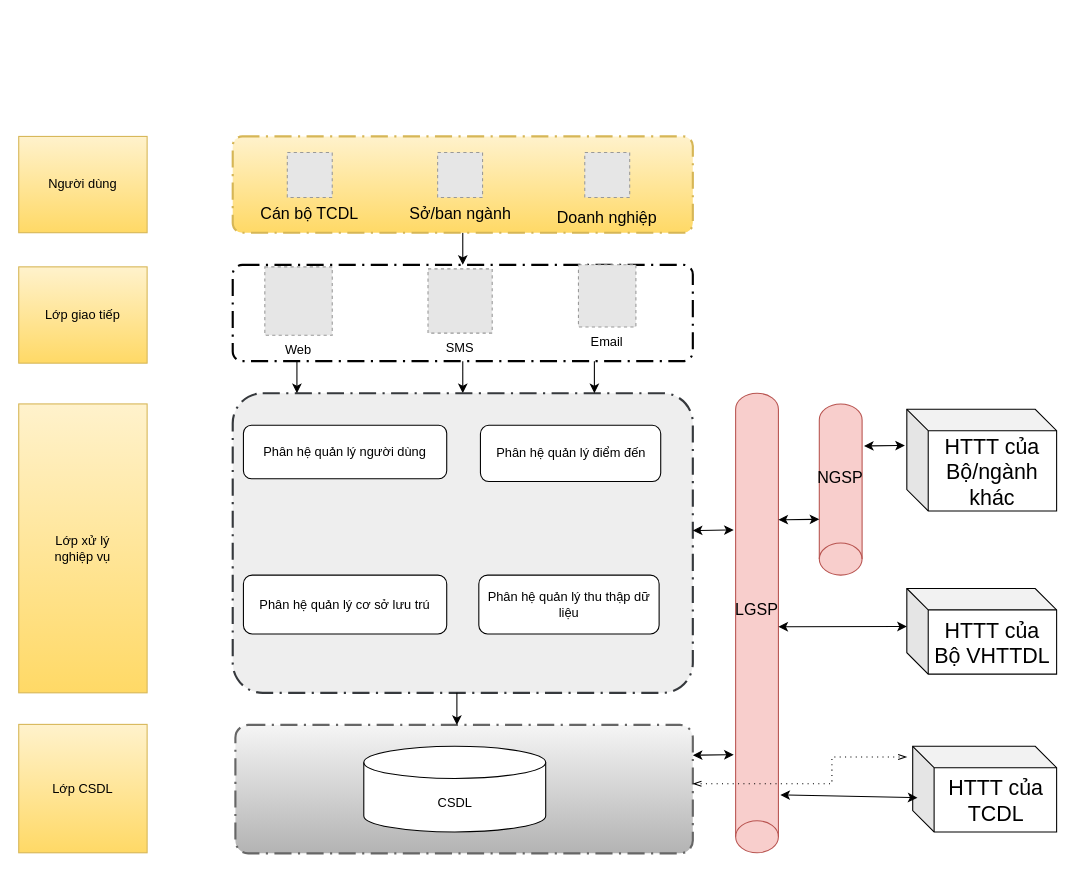
The draw.io diagram page "DU_LIEU_CHUYEN_NGANH" (3 of 5) of tcdl.drawio in letheanh12345/Draw-io, before the edit. Source tidied: cells renumbered, new cells numbered last; positions are measured from the earlier drawing's top-left corner, leaving out a move shared by most shapes. Both pictures are drawn from the tidied source at 107%, with x=0, y=0 at pixel (18, 136). Pictures stored in the file or linked from it are replaced by grey dashed boxes.
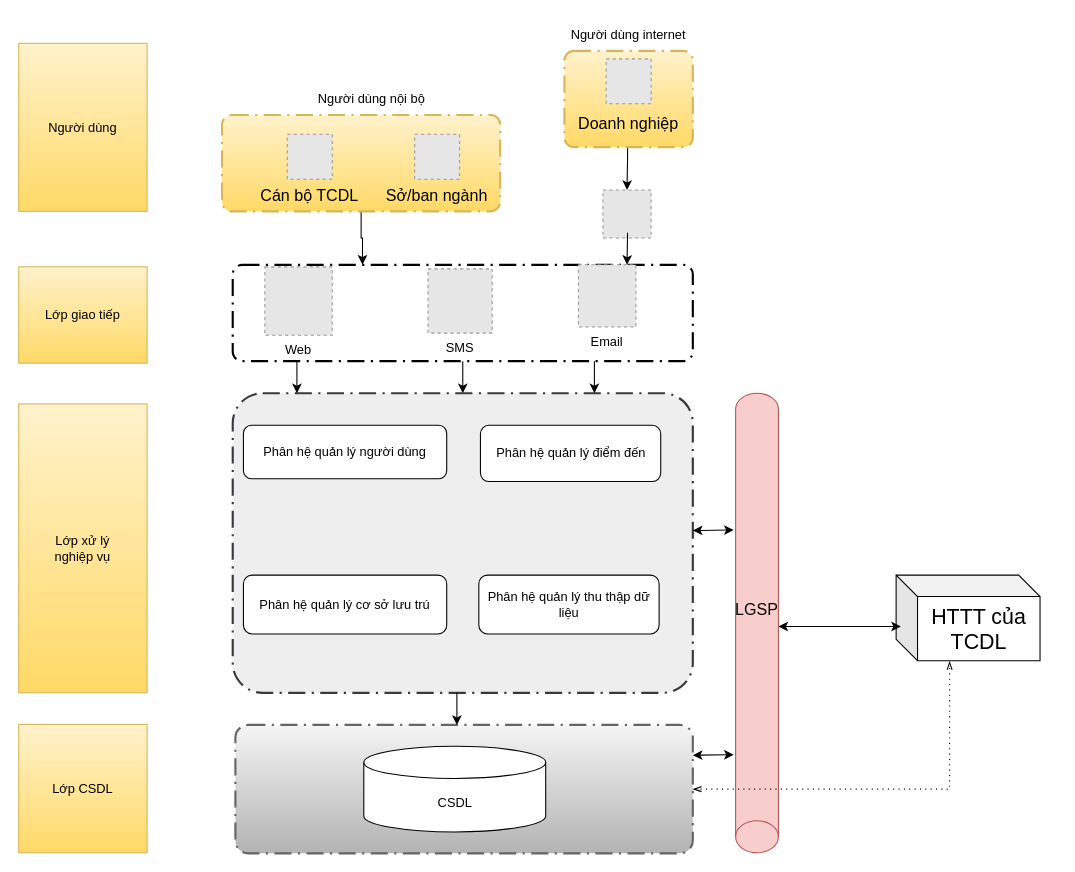
The same diagram, later.

The change refers to these unchanged cells:
```xml
<mxCell id="3" style="points=[[0.25,0,0],[0.5,0,0],[0.75,0,0],[1,0.25,0],[1,0.5,0],[1,0.75,0],[0.75,1,0],[0.5,1,0],[0.25,1,0],[0,0.75,0],[0,0.5,0],[0,0.25,0]];rounded=1;arcSize=10;dashed=1;strokeColor=#000000;fillColor=none;gradientColor=none;dashPattern=8 3 1 3;strokeWidth=2;fontStyle=1;fontSize=20;" parent="1" vertex="1">
  <mxGeometry x="200" y="120" width="430" height="90" as="geometry" />
</mxCell>
<mxCell id="15" style="points=[[0.25,0,0],[0.5,0,0],[0.75,0,0],[1,0.25,0],[1,0.5,0],[1,0.75,0],[0.75,1,0],[0.5,1,0],[0.25,1,0],[0,0.75,0],[0,0.5,0],[0,0.25,0]];rounded=1;arcSize=10;dashed=1;strokeColor=#666666;fillColor=#f5f5f5;gradientColor=#b3b3b3;dashPattern=8 3 1 3;strokeWidth=2;fontStyle=1;fontSize=20;" parent="1" vertex="1">
  <mxGeometry x="202.5" y="550" width="427.5" height="120" as="geometry" />
</mxCell>
<mxCell id="29" value="&lt;font style=&quot;font-size: 15px;&quot;&gt;LGSP&lt;/font&gt;" style="shape=cylinder3;whiteSpace=wrap;html=1;boundedLbl=1;backgroundOutline=1;size=15;direction=west;fillColor=#f8cecc;strokeColor=#b85450;" parent="1" vertex="1">
  <mxGeometry x="670" y="240" width="40" height="429.5" as="geometry" />
</mxCell>
```

Change to the diagram source:
```diff
@@
-    <mxCell id="7" style="edgeStyle=orthogonalEdgeStyle;rounded=0;jettySize=auto;html=1;entryX=0.5;entryY=0;entryDx=0;entryDy=0;entryPerimeter=0;" parent="1" edge="1" source="8" target="3">
+    <mxCell id="7" style="edgeStyle=orthogonalEdgeStyle;rounded=0;jettySize=auto;html=1;entryX=0.282;entryY=-0.002;entryDx=0;entryDy=0;entryPerimeter=0;" parent="1" edge="1" source="8" target="3">
       <mxGeometry relative="1" as="geometry" />
     </mxCell>
     <mxCell id="8" style="points=[[0.25,0,0],[0.5,0,0],[0.75,0,0],[1,0.25,0],[1,0.5,0],[1,0.75,0],[0.75,1,0],[0.5,1,0],[0.25,1,0],[0,0.75,0],[0,0.5,0],[0,0.25,0]];rounded=1;arcSize=10;dashed=1;strokeColor=#d6b656;fillColor=#fff2cc;dashPattern=8 3 1 3;strokeWidth=2;fontStyle=1;fontSize=20;gradientColor=#ffd966;" parent="1" vertex="1">
-      <mxGeometry x="200" width="430" height="90" as="geometry" />
+      <mxGeometry x="190" y="-20" width="260" height="90" as="geometry" />
     </mxCell>
     <mxCell id="9" style="fillColor=#E6E6E6;strokeColor=#999999;dashed=1;verticalLabelPosition=bottom;labelBackgroundColor=default;verticalAlign=top;" parent="1" vertex="1">
-      <mxGeometry x="251" y="15" width="42" height="42" as="geometry" />
+      <mxGeometry x="251" y="-2" width="42" height="42" as="geometry" />
     </mxCell>
@@
     <mxCell id="17" value="Người dùng" style="rounded=0;whiteSpace=wrap;html=1;fillColor=#fff2cc;gradientColor=#ffd966;strokeColor=#d6b656;" parent="1" vertex="1">
-      <mxGeometry width="120" height="90" as="geometry" />
+      <mxGeometry y="-87" width="120" height="157" as="geometry" />
     </mxCell>
@@
-    <mxCell id="23" style="fillColor=#E6E6E6;strokeColor=#999999;dashed=1;verticalLabelPosition=bottom;labelBackgroundColor=default;verticalAlign=top;" parent="1" vertex="1">
-      <mxGeometry x="529" y="15" width="42" height="42" as="geometry" />
-    </mxCell>
     <mxCell id="24" style="fillColor=#E6E6E6;strokeColor=#999999;dashed=1;verticalLabelPosition=bottom;labelBackgroundColor=default;verticalAlign=top;" parent="1" vertex="1">
-      <mxGeometry x="391.5" y="15" width="42" height="42" as="geometry" />
+      <mxGeometry x="370" y="-2" width="42" height="42" as="geometry" />
     </mxCell>
@@
     <mxCell id="26" value="Cán bộ TCDL" style="text;html=1;strokeColor=none;fillColor=none;align=center;verticalAlign=middle;whiteSpace=wrap;rounded=0;fontSize=15;" parent="1" vertex="1">
-      <mxGeometry x="222" y="57" width="100" height="30" as="geometry" />
+      <mxGeometry x="222" y="40" width="100" height="30" as="geometry" />
     </mxCell>
     <mxCell id="27" value="Sở/ban ngành" style="text;html=1;strokeColor=none;fillColor=none;align=center;verticalAlign=middle;whiteSpace=wrap;rounded=0;fontSize=15;" parent="1" vertex="1">
-      <mxGeometry x="362.5" y="57" width="100" height="30" as="geometry" />
+      <mxGeometry x="341" y="40" width="100" height="30" as="geometry" />
     </mxCell>
-    <mxCell id="28" value="Doanh nghiệp" style="text;html=1;strokeColor=none;fillColor=none;align=center;verticalAlign=middle;whiteSpace=wrap;rounded=0;fontSize=15;" parent="1" vertex="1">
-      <mxGeometry x="500" y="60" width="100" height="30" as="geometry" />
-    </mxCell>
@@
     <mxCell id="30" value="HTTT của TCDL" style="shape=cube;whiteSpace=wrap;html=1;boundedLbl=1;backgroundOutline=1;darkOpacity=0.05;darkOpacity2=0.1;fontSize=20;" parent="1" vertex="1">
-      <mxGeometry x="835.5" y="570" width="134.5" height="80" as="geometry" />
+      <mxGeometry x="820" y="410" width="134.5" height="80" as="geometry" />
     </mxCell>
-    <mxCell id="31" value="HTTT của Bộ VHTTDL" style="shape=cube;whiteSpace=wrap;html=1;boundedLbl=1;backgroundOutline=1;darkOpacity=0.05;darkOpacity2=0.1;fontSize=20;" parent="1" vertex="1">
-      <mxGeometry x="830" y="422.5" width="140" height="80" as="geometry" />
-    </mxCell>
-    <mxCell id="32" value="HTTT của Bộ/ngành khác" style="shape=cube;whiteSpace=wrap;html=1;boundedLbl=1;backgroundOutline=1;darkOpacity=0.05;darkOpacity2=0.1;fontSize=20;" parent="1" vertex="1">
-      <mxGeometry x="830" y="255" width="140" height="95" as="geometry" />
-    </mxCell>
-    <mxCell id="33" value="&lt;font style=&quot;font-size: 15px;&quot;&gt;NGSP&lt;/font&gt;" style="shape=cylinder3;whiteSpace=wrap;html=1;boundedLbl=1;backgroundOutline=1;size=15;direction=west;fillColor=#f8cecc;strokeColor=#b85450;" parent="1" vertex="1">
-      <mxGeometry x="748.2" y="250" width="40" height="160" as="geometry" />
-    </mxCell>
-    <mxCell id="34" style="endArrow=classic;startArrow=classic;html=1;rounded=0;fontSize=20;exitX=-0.046;exitY=0.204;exitDx=0;exitDy=0;exitPerimeter=0;entryX=1;entryY=0.5;entryDx=0;entryDy=0;entryPerimeter=0;" parent="1" edge="1">
-      <mxGeometry relative="1" as="geometry">
-        <mxPoint x="710" y="358.3" as="sourcePoint" />
-        <mxPoint x="748.2" y="357.8" as="targetPoint" />
-      </mxGeometry>
-    </mxCell>
-    <mxCell id="35" style="endArrow=classic;startArrow=classic;html=1;rounded=0;fontSize=20;exitX=-0.046;exitY=0.204;exitDx=0;exitDy=0;exitPerimeter=0;entryX=1;entryY=0.5;entryDx=0;entryDy=0;entryPerimeter=0;" parent="1" edge="1">
-      <mxGeometry relative="1" as="geometry">
-        <mxPoint x="790" y="289.3" as="sourcePoint" />
-        <mxPoint x="828.2" y="288.8" as="targetPoint" />
-      </mxGeometry>
-    </mxCell>
-    <mxCell id="36" style="endArrow=classic;startArrow=classic;html=1;rounded=0;fontSize=20;exitX=-0.046;exitY=0.204;exitDx=0;exitDy=0;exitPerimeter=0;" parent="1" edge="1">
-      <mxGeometry relative="1" as="geometry">
-        <mxPoint x="710" y="458.3" as="sourcePoint" />
-        <mxPoint x="830" y="458" as="targetPoint" />
-      </mxGeometry>
-    </mxCell>
-    <mxCell id="37" style="endArrow=classic;startArrow=classic;html=1;rounded=0;fontSize=20;exitX=-0.046;exitY=0.126;exitDx=0;exitDy=0;exitPerimeter=0;entryX=0.033;entryY=0.6;entryDx=0;entryDy=0;entryPerimeter=0;" parent="1" edge="1" source="29" target="30">
-      <mxGeometry relative="1" as="geometry" />
+    <mxCell id="37" style="endArrow=classic;startArrow=classic;html=1;rounded=0;fontSize=20;entryX=0.033;entryY=0.6;entryDx=0;entryDy=0;entryPerimeter=0;" parent="1" edge="1" target="30">
+      <mxGeometry relative="1" as="geometry">
+        <mxPoint x="710" y="458" as="sourcePoint" />
+      </mxGeometry>
     </mxCell>
-    <mxCell id="38" style="edgeStyle=elbowEdgeStyle;fontSize=12;html=1;endFill=0;startFill=0;endSize=6;startSize=6;dashed=1;dashPattern=1 4;endArrow=openThin;startArrow=openThin;rounded=0;exitX=1;exitY=0.5;exitDx=0;exitDy=0;exitPerimeter=0;" parent="1" edge="1">
+    <mxCell id="38" style="edgeStyle=elbowEdgeStyle;fontSize=12;html=1;endFill=0;startFill=0;endSize=6;startSize=6;dashed=1;dashPattern=1 4;endArrow=openThin;startArrow=openThin;rounded=0;exitX=1;exitY=0.5;exitDx=0;exitDy=0;exitPerimeter=0;entryX=0.372;entryY=1.006;entryDx=0;entryDy=0;entryPerimeter=0;" parent="1" edge="1" source="15" target="30">
       <mxGeometry relative="1" as="geometry">
-        <mxPoint x="630" y="605" as="sourcePoint" />
-        <mxPoint x="830" y="580" as="targetPoint" />
         <Array as="points">
-          <mxPoint x="760" y="590" />
-          <mxPoint x="658" y="880" />
+          <mxPoint x="870" y="650" />
+          <mxPoint x="870" y="610" />
+          <mxPoint x="875" y="540" />
+          <mxPoint x="755" y="580" />
+          <mxPoint x="653" y="870" />
         </Array>
       </mxGeometry>
     </mxCell>
@@
+    <mxCell id="41" value="Người dùng nội bộ" style="text;html=1;strokeColor=none;fillColor=none;align=center;verticalAlign=middle;whiteSpace=wrap;rounded=0;" parent="1" vertex="1">
+      <mxGeometry x="240" y="-50" width="180" height="30" as="geometry" />
+    </mxCell>
+    <mxCell id="42" value="Người dùng internet" style="text;html=1;strokeColor=none;fillColor=none;align=center;verticalAlign=middle;whiteSpace=wrap;rounded=0;" parent="1" vertex="1">
+      <mxGeometry x="480" y="-110" width="180" height="30" as="geometry" />
+    </mxCell>
+    <mxCell id="43" style="edgeStyle=orthogonalEdgeStyle;rounded=0;jettySize=auto;html=1;entryX=0.5;entryY=0;entryDx=0;entryDy=0;" parent="1" edge="1" source="44" target="46">
+      <mxGeometry relative="1" as="geometry">
+        <Array as="points">
+          <mxPoint x="569" y="20" />
+          <mxPoint x="569" y="20" />
+        </Array>
+      </mxGeometry>
+    </mxCell>
+    <mxCell id="44" style="points=[[0.25,0,0],[0.5,0,0],[0.75,0,0],[1,0.25,0],[1,0.5,0],[1,0.75,0],[0.75,1,0],[0.5,1,0],[0.25,1,0],[0,0.75,0],[0,0.5,0],[0,0.25,0]];rounded=1;arcSize=10;dashed=1;strokeColor=#d6b656;fillColor=#fff2cc;dashPattern=8 3 1 3;strokeWidth=2;fontStyle=1;fontSize=20;gradientColor=#ffd966;" parent="1" vertex="1">
+      <mxGeometry x="510" y="-80" width="120" height="90" as="geometry" />
+    </mxCell>
+    <mxCell id="45" style="fillColor=#E6E6E6;strokeColor=#999999;dashed=1;verticalLabelPosition=bottom;labelBackgroundColor=default;verticalAlign=top;" parent="1" vertex="1">
+      <mxGeometry x="549" y="-72.5" width="42" height="42" as="geometry" />
+    </mxCell>
+    <mxCell id="28" value="Doanh nghiệp" style="text;html=1;strokeColor=none;fillColor=none;align=center;verticalAlign=middle;whiteSpace=wrap;rounded=0;fontSize=15;" parent="1" vertex="1">
+      <mxGeometry x="520" y="-27.5" width="100" height="30" as="geometry" />
+    </mxCell>
+    <mxCell id="46" style="fillColor=#E6E6E6;strokeColor=#999999;dashed=1;verticalLabelPosition=bottom;labelBackgroundColor=default;verticalAlign=top;" parent="1" vertex="1">
+      <mxGeometry x="546" y="50" width="45" height="45" as="geometry" />
+    </mxCell>
+    <mxCell id="47" style="edgeStyle=orthogonalEdgeStyle;rounded=0;orthogonalLoop=1;jettySize=auto;html=1;entryX=0.5;entryY=0;entryDx=0;entryDy=0;" parent="1" edge="1">
+      <mxGeometry relative="1" as="geometry">
+        <mxPoint x="569" y="90" as="sourcePoint" />
+        <mxPoint x="568.5" y="120" as="targetPoint" />
+        <Array as="points">
+          <mxPoint x="569" y="90" />
+          <mxPoint x="569" y="90" />
+        </Array>
+      </mxGeometry>
+    </mxCell>
```
